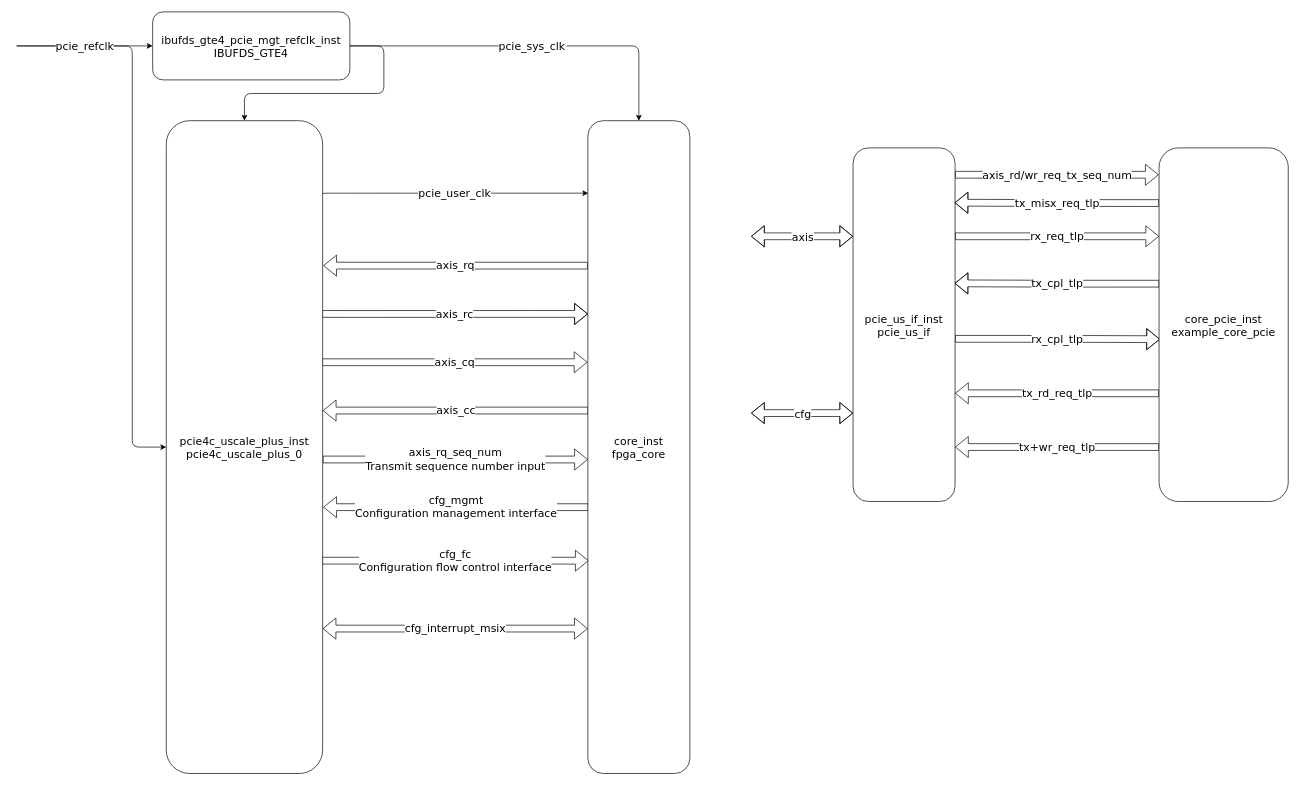
Earlier version of the draw.io diagram drawio.drawio (XDH-233/verilog-pcie). Source tidied: cells renumbered, new cells numbered last; positions are measured from the earlier drawing's top-left corner, leaving out a move shared by most shapes. Both pictures are drawn from the tidied source at 68%, with x=0, y=0 at pixel (16, 12).
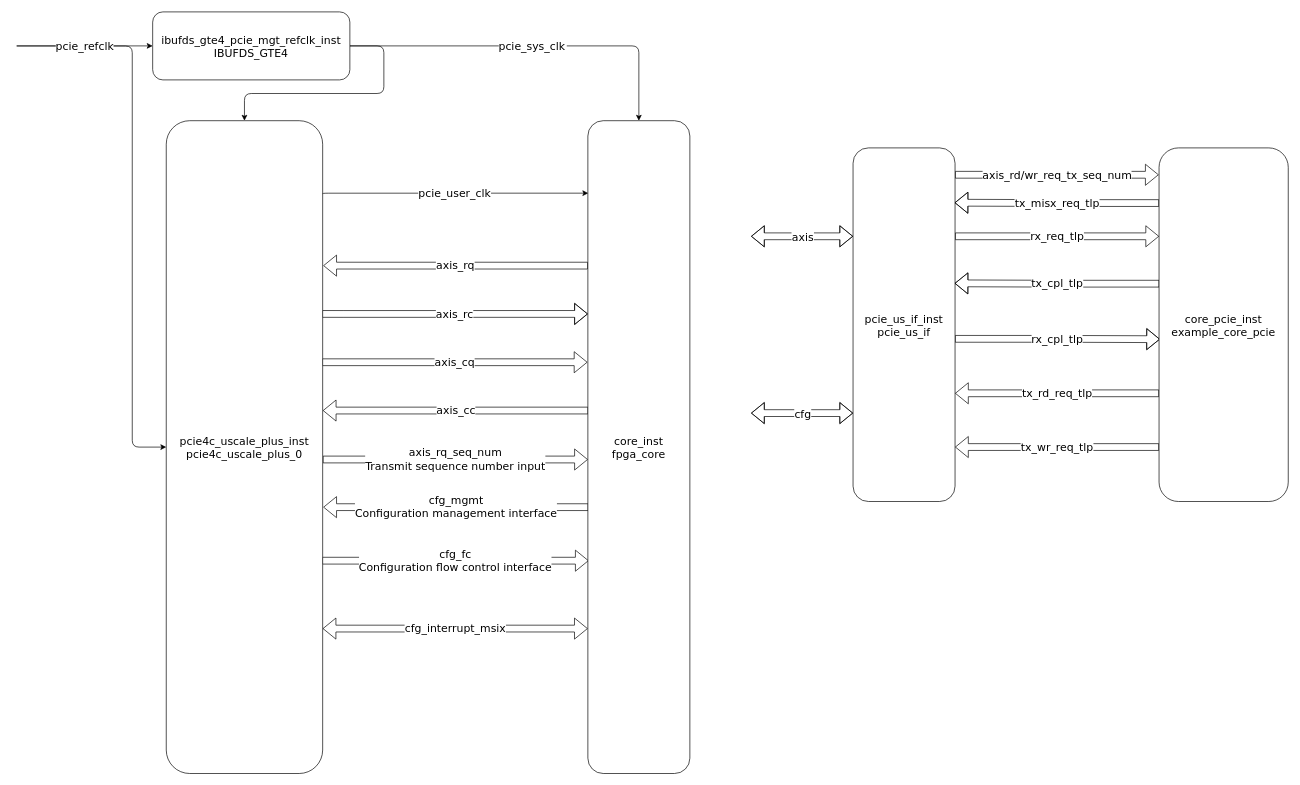
The same page after the edit.

The change refers to these unchanged cells:
```xml
<mxCell id="22" value="pcie_us_if_inst&#10;pcie_us_if" style="rounded=1;fontFamily=Verdana;fontSize=16;fontColor=default;labelBackgroundColor=none;labelBorderColor=none;" parent="1" vertex="1">
  <mxGeometry x="1230" y="200" width="150" height="520" as="geometry" />
</mxCell>
<mxCell id="27" value="core_pcie_inst&#10;example_core_pcie" style="rounded=1;fontFamily=Verdana;fontSize=16;fontColor=default;labelBackgroundColor=none;labelBorderColor=none;" parent="1" vertex="1">
  <mxGeometry x="1680" y="200" width="190" height="520" as="geometry" />
</mxCell>
```

Change to the diagram source:
```diff
@@
-    <mxCell id="25" value="tx+wr_req_tlp" style="edgeStyle=orthogonalEdgeStyle;shape=flexArrow;html=1;entryX=1;entryY=0.846;entryDx=0;entryDy=0;entryPerimeter=0;labelBackgroundColor=default;strokeWidth=1;fontFamily=Verdana;fontSize=16;fontColor=default;startArrow=none;startFill=0;targetPerimeterSpacing=0;exitX=0;exitY=0.846;exitDx=0;exitDy=0;exitPerimeter=0;" parent="1" edge="1" source="27" target="22">
+    <mxCell id="25" value="tx_wr_req_tlp" style="edgeStyle=orthogonalEdgeStyle;shape=flexArrow;html=1;entryX=1;entryY=0.846;entryDx=0;entryDy=0;entryPerimeter=0;labelBackgroundColor=default;strokeWidth=1;fontFamily=Verdana;fontSize=16;fontColor=default;startArrow=none;startFill=0;targetPerimeterSpacing=0;exitX=0;exitY=0.846;exitDx=0;exitDy=0;exitPerimeter=0;" parent="1" edge="1" source="27" target="22">
       <mxGeometry relative="1" as="geometry" />
     </mxCell>
```
